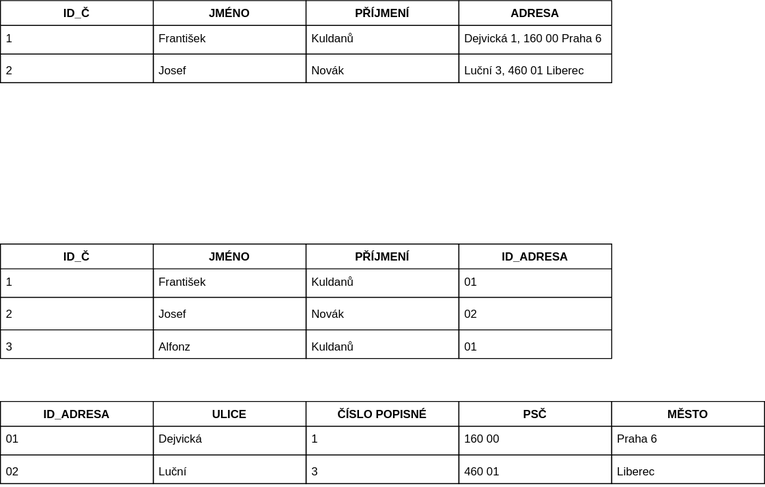
Earlier version of the draw.io export 06102022.drawio.svg (hongolem/Diagrams). Source tidied: cells renumbered, new cells last; positions are measured from the earlier drawing's top-left corner, leaving out a move shared by most shapes.
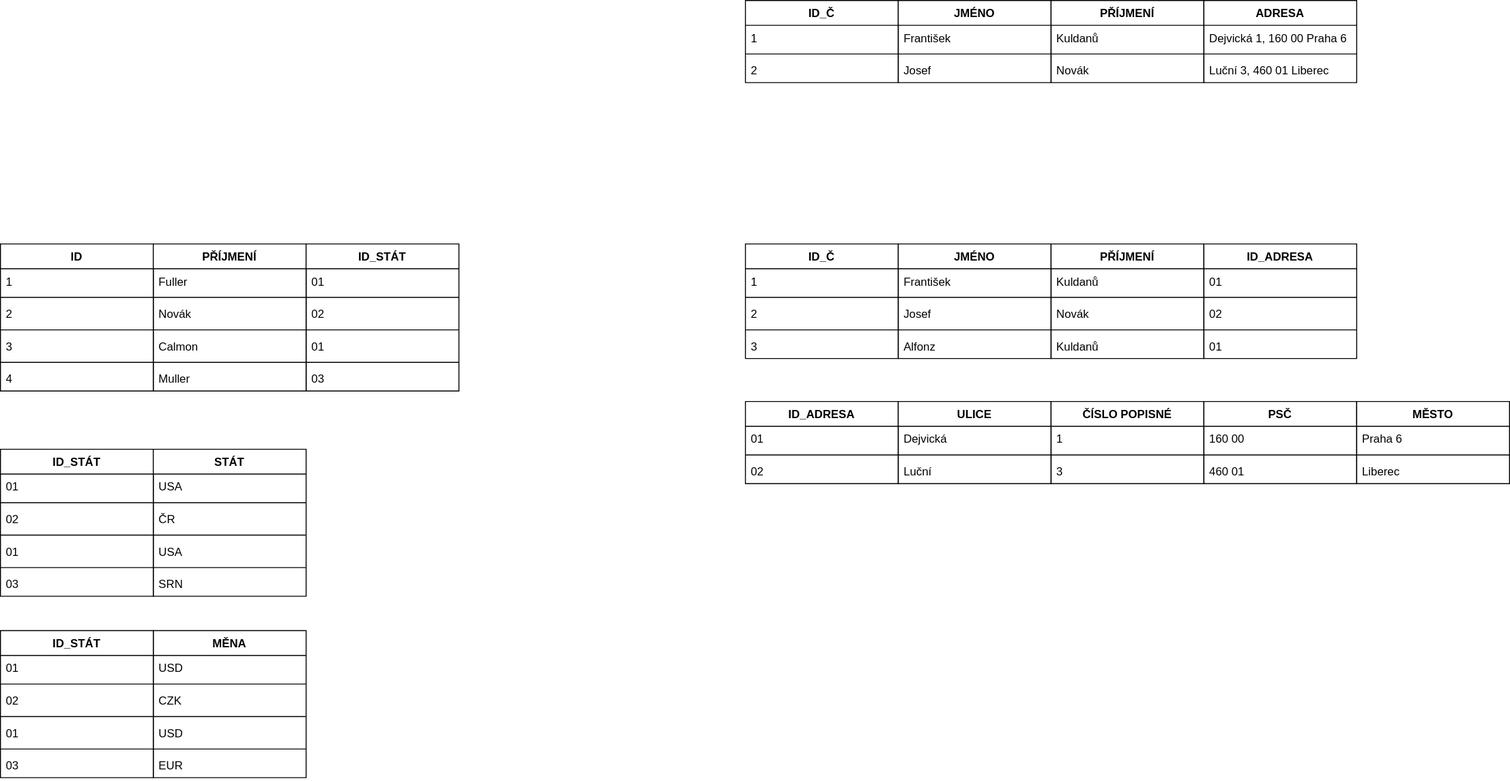
Later version of the same file.

Diff of the diagram source:
```diff
@@ -182,5 +182,173 @@
     <mxCell id="61" value="01" style="text;strokeColor=none;fillColor=none;align=left;verticalAlign=top;spacingLeft=4;spacingRight=4;overflow=hidden;" parent="56" vertex="1">
       <mxGeometry y="94" width="160" height="26" as="geometry" />
     </mxCell>
+    <mxCell id="62" value="ID" style="swimlane;fontStyle=1;align=center;verticalAlign=top;horizontal=1;startSize=26;" parent="1" vertex="1">
+      <mxGeometry x="-780" y="255" width="160" height="154" as="geometry" />
+    </mxCell>
+    <mxCell id="63" value="1" style="text;strokeColor=none;fillColor=none;align=left;verticalAlign=top;spacingLeft=4;spacingRight=4;overflow=hidden;" parent="62" vertex="1">
+      <mxGeometry y="26" width="160" height="26" as="geometry" />
+    </mxCell>
+    <mxCell id="64" style="line;strokeWidth=1;fillColor=none;align=left;verticalAlign=middle;spacingTop=-1;spacingLeft=3;spacingRight=3;labelPosition=right;strokeColor=inherit;" parent="62" vertex="1">
+      <mxGeometry y="52" width="160" height="8" as="geometry" />
+    </mxCell>
+    <mxCell id="65" value="2" style="text;strokeColor=none;fillColor=none;align=left;verticalAlign=top;spacingLeft=4;spacingRight=4;overflow=hidden;" parent="62" vertex="1">
+      <mxGeometry y="60" width="160" height="26" as="geometry" />
+    </mxCell>
+    <mxCell id="66" style="line;strokeWidth=1;fillColor=none;align=left;verticalAlign=middle;spacingTop=-1;spacingLeft=3;spacingRight=3;labelPosition=right;strokeColor=inherit;" parent="62" vertex="1">
+      <mxGeometry y="86" width="160" height="8" as="geometry" />
+    </mxCell>
+    <mxCell id="67" value="3" style="text;strokeColor=none;fillColor=none;align=left;verticalAlign=top;spacingLeft=4;spacingRight=4;overflow=hidden;" parent="62" vertex="1">
+      <mxGeometry y="94" width="160" height="26" as="geometry" />
+    </mxCell>
+    <mxCell id="68" style="line;strokeWidth=1;fillColor=none;align=left;verticalAlign=middle;spacingTop=-1;spacingLeft=3;spacingRight=3;labelPosition=right;strokeColor=inherit;" parent="62" vertex="1">
+      <mxGeometry y="120" width="160" height="8" as="geometry" />
+    </mxCell>
+    <mxCell id="69" value="4" style="text;strokeColor=none;fillColor=none;align=left;verticalAlign=top;spacingLeft=4;spacingRight=4;overflow=hidden;" parent="62" vertex="1">
+      <mxGeometry y="128" width="160" height="26" as="geometry" />
+    </mxCell>
+    <mxCell id="70" value="PŘÍJMENÍ" style="swimlane;fontStyle=1;align=center;verticalAlign=top;horizontal=1;startSize=26;" parent="1" vertex="1">
+      <mxGeometry x="-620" y="255" width="160" height="154" as="geometry" />
+    </mxCell>
+    <mxCell id="71" value="Fuller" style="text;strokeColor=none;fillColor=none;align=left;verticalAlign=top;spacingLeft=4;spacingRight=4;overflow=hidden;" parent="70" vertex="1">
+      <mxGeometry y="26" width="160" height="26" as="geometry" />
+    </mxCell>
+    <mxCell id="72" style="line;strokeWidth=1;fillColor=none;align=left;verticalAlign=middle;spacingTop=-1;spacingLeft=3;spacingRight=3;labelPosition=right;strokeColor=inherit;" parent="70" vertex="1">
+      <mxGeometry y="52" width="160" height="8" as="geometry" />
+    </mxCell>
+    <mxCell id="73" value="Novák" style="text;strokeColor=none;fillColor=none;align=left;verticalAlign=top;spacingLeft=4;spacingRight=4;overflow=hidden;" parent="70" vertex="1">
+      <mxGeometry y="60" width="160" height="26" as="geometry" />
+    </mxCell>
+    <mxCell id="74" style="line;strokeWidth=1;fillColor=none;align=left;verticalAlign=middle;spacingTop=-1;spacingLeft=3;spacingRight=3;labelPosition=right;strokeColor=inherit;" parent="70" vertex="1">
+      <mxGeometry y="86" width="160" height="8" as="geometry" />
+    </mxCell>
+    <mxCell id="75" value="Calmon" style="text;strokeColor=none;fillColor=none;align=left;verticalAlign=top;spacingLeft=4;spacingRight=4;overflow=hidden;" parent="70" vertex="1">
+      <mxGeometry y="94" width="160" height="26" as="geometry" />
+    </mxCell>
+    <mxCell id="76" style="line;strokeWidth=1;fillColor=none;align=left;verticalAlign=middle;spacingTop=-1;spacingLeft=3;spacingRight=3;labelPosition=right;strokeColor=inherit;" parent="70" vertex="1">
+      <mxGeometry y="120" width="160" height="8" as="geometry" />
+    </mxCell>
+    <mxCell id="77" value="Muller" style="text;strokeColor=none;fillColor=none;align=left;verticalAlign=top;spacingLeft=4;spacingRight=4;overflow=hidden;" parent="70" vertex="1">
+      <mxGeometry y="128" width="160" height="26" as="geometry" />
+    </mxCell>
+    <mxCell id="78" value="ID_STÁT" style="swimlane;fontStyle=1;align=center;verticalAlign=top;horizontal=1;startSize=26;" parent="1" vertex="1">
+      <mxGeometry x="-460" y="255" width="160" height="154" as="geometry" />
+    </mxCell>
+    <mxCell id="79" value="01" style="text;strokeColor=none;fillColor=none;align=left;verticalAlign=top;spacingLeft=4;spacingRight=4;overflow=hidden;" parent="78" vertex="1">
+      <mxGeometry y="26" width="160" height="26" as="geometry" />
+    </mxCell>
+    <mxCell id="80" style="line;strokeWidth=1;fillColor=none;align=left;verticalAlign=middle;spacingTop=-1;spacingLeft=3;spacingRight=3;labelPosition=right;strokeColor=inherit;" parent="78" vertex="1">
+      <mxGeometry y="52" width="160" height="8" as="geometry" />
+    </mxCell>
+    <mxCell id="81" value="02" style="text;strokeColor=none;fillColor=none;align=left;verticalAlign=top;spacingLeft=4;spacingRight=4;overflow=hidden;" parent="78" vertex="1">
+      <mxGeometry y="60" width="160" height="26" as="geometry" />
+    </mxCell>
+    <mxCell id="82" style="line;strokeWidth=1;fillColor=none;align=left;verticalAlign=middle;spacingTop=-1;spacingLeft=3;spacingRight=3;labelPosition=right;strokeColor=inherit;" parent="78" vertex="1">
+      <mxGeometry y="86" width="160" height="8" as="geometry" />
+    </mxCell>
+    <mxCell id="83" value="01" style="text;strokeColor=none;fillColor=none;align=left;verticalAlign=top;spacingLeft=4;spacingRight=4;overflow=hidden;" parent="78" vertex="1">
+      <mxGeometry y="94" width="160" height="26" as="geometry" />
+    </mxCell>
+    <mxCell id="84" style="line;strokeWidth=1;fillColor=none;align=left;verticalAlign=middle;spacingTop=-1;spacingLeft=3;spacingRight=3;labelPosition=right;strokeColor=inherit;" parent="78" vertex="1">
+      <mxGeometry y="120" width="160" height="8" as="geometry" />
+    </mxCell>
+    <mxCell id="85" value="03" style="text;strokeColor=none;fillColor=none;align=left;verticalAlign=top;spacingLeft=4;spacingRight=4;overflow=hidden;" parent="78" vertex="1">
+      <mxGeometry y="128" width="160" height="26" as="geometry" />
+    </mxCell>
+    <mxCell id="86" value="ID_STÁT" style="swimlane;fontStyle=1;align=center;verticalAlign=top;horizontal=1;startSize=26;" parent="1" vertex="1">
+      <mxGeometry x="-780" y="470" width="160" height="154" as="geometry" />
+    </mxCell>
+    <mxCell id="87" value="01" style="text;strokeColor=none;fillColor=none;align=left;verticalAlign=top;spacingLeft=4;spacingRight=4;overflow=hidden;" parent="86" vertex="1">
+      <mxGeometry y="26" width="160" height="26" as="geometry" />
+    </mxCell>
+    <mxCell id="88" style="line;strokeWidth=1;fillColor=none;align=left;verticalAlign=middle;spacingTop=-1;spacingLeft=3;spacingRight=3;labelPosition=right;strokeColor=inherit;" parent="86" vertex="1">
+      <mxGeometry y="52" width="160" height="8" as="geometry" />
+    </mxCell>
+    <mxCell id="89" value="02" style="text;strokeColor=none;fillColor=none;align=left;verticalAlign=top;spacingLeft=4;spacingRight=4;overflow=hidden;" parent="86" vertex="1">
+      <mxGeometry y="60" width="160" height="26" as="geometry" />
+    </mxCell>
+    <mxCell id="90" style="line;strokeWidth=1;fillColor=none;align=left;verticalAlign=middle;spacingTop=-1;spacingLeft=3;spacingRight=3;labelPosition=right;strokeColor=inherit;" parent="86" vertex="1">
+      <mxGeometry y="86" width="160" height="8" as="geometry" />
+    </mxCell>
+    <mxCell id="91" value="01" style="text;strokeColor=none;fillColor=none;align=left;verticalAlign=top;spacingLeft=4;spacingRight=4;overflow=hidden;" parent="86" vertex="1">
+      <mxGeometry y="94" width="160" height="26" as="geometry" />
+    </mxCell>
+    <mxCell id="92" style="line;strokeWidth=1;fillColor=none;align=left;verticalAlign=middle;spacingTop=-1;spacingLeft=3;spacingRight=3;labelPosition=right;strokeColor=inherit;" parent="86" vertex="1">
+      <mxGeometry y="120" width="160" height="8" as="geometry" />
+    </mxCell>
+    <mxCell id="93" value="03" style="text;strokeColor=none;fillColor=none;align=left;verticalAlign=top;spacingLeft=4;spacingRight=4;overflow=hidden;" parent="86" vertex="1">
+      <mxGeometry y="128" width="160" height="26" as="geometry" />
+    </mxCell>
+    <mxCell id="94" value="MĚNA" style="swimlane;fontStyle=1;align=center;verticalAlign=top;horizontal=1;startSize=26;" parent="1" vertex="1">
+      <mxGeometry x="-620" y="660" width="160" height="154" as="geometry" />
+    </mxCell>
+    <mxCell id="95" value="USD" style="text;strokeColor=none;fillColor=none;align=left;verticalAlign=top;spacingLeft=4;spacingRight=4;overflow=hidden;" parent="94" vertex="1">
+      <mxGeometry y="26" width="160" height="26" as="geometry" />
+    </mxCell>
+    <mxCell id="96" style="line;strokeWidth=1;fillColor=none;align=left;verticalAlign=middle;spacingTop=-1;spacingLeft=3;spacingRight=3;labelPosition=right;strokeColor=inherit;" parent="94" vertex="1">
+      <mxGeometry y="52" width="160" height="8" as="geometry" />
+    </mxCell>
+    <mxCell id="97" value="CZK" style="text;strokeColor=none;fillColor=none;align=left;verticalAlign=top;spacingLeft=4;spacingRight=4;overflow=hidden;" parent="94" vertex="1">
+      <mxGeometry y="60" width="160" height="26" as="geometry" />
+    </mxCell>
+    <mxCell id="98" style="line;strokeWidth=1;fillColor=none;align=left;verticalAlign=middle;spacingTop=-1;spacingLeft=3;spacingRight=3;labelPosition=right;strokeColor=inherit;" parent="94" vertex="1">
+      <mxGeometry y="86" width="160" height="8" as="geometry" />
+    </mxCell>
+    <mxCell id="99" value="USD" style="text;strokeColor=none;fillColor=none;align=left;verticalAlign=top;spacingLeft=4;spacingRight=4;overflow=hidden;" parent="94" vertex="1">
+      <mxGeometry y="94" width="160" height="26" as="geometry" />
+    </mxCell>
+    <mxCell id="100" style="line;strokeWidth=1;fillColor=none;align=left;verticalAlign=middle;spacingTop=-1;spacingLeft=3;spacingRight=3;labelPosition=right;strokeColor=inherit;" parent="94" vertex="1">
+      <mxGeometry y="120" width="160" height="8" as="geometry" />
+    </mxCell>
+    <mxCell id="101" value="EUR" style="text;strokeColor=none;fillColor=none;align=left;verticalAlign=top;spacingLeft=4;spacingRight=4;overflow=hidden;" parent="94" vertex="1">
+      <mxGeometry y="128" width="160" height="26" as="geometry" />
+    </mxCell>
+    <mxCell id="102" value="STÁT" style="swimlane;fontStyle=1;align=center;verticalAlign=top;horizontal=1;startSize=26;" parent="1" vertex="1">
+      <mxGeometry x="-620" y="470" width="160" height="154" as="geometry" />
+    </mxCell>
+    <mxCell id="103" value="USA" style="text;strokeColor=none;fillColor=none;align=left;verticalAlign=top;spacingLeft=4;spacingRight=4;overflow=hidden;" parent="102" vertex="1">
+      <mxGeometry y="26" width="160" height="26" as="geometry" />
+    </mxCell>
+    <mxCell id="104" style="line;strokeWidth=1;fillColor=none;align=left;verticalAlign=middle;spacingTop=-1;spacingLeft=3;spacingRight=3;labelPosition=right;strokeColor=inherit;" parent="102" vertex="1">
+      <mxGeometry y="52" width="160" height="8" as="geometry" />
+    </mxCell>
+    <mxCell id="105" value="ČR" style="text;strokeColor=none;fillColor=none;align=left;verticalAlign=top;spacingLeft=4;spacingRight=4;overflow=hidden;" parent="102" vertex="1">
+      <mxGeometry y="60" width="160" height="26" as="geometry" />
+    </mxCell>
+    <mxCell id="106" style="line;strokeWidth=1;fillColor=none;align=left;verticalAlign=middle;spacingTop=-1;spacingLeft=3;spacingRight=3;labelPosition=right;strokeColor=inherit;" parent="102" vertex="1">
+      <mxGeometry y="86" width="160" height="8" as="geometry" />
+    </mxCell>
+    <mxCell id="107" value="USA" style="text;strokeColor=none;fillColor=none;align=left;verticalAlign=top;spacingLeft=4;spacingRight=4;overflow=hidden;" parent="102" vertex="1">
+      <mxGeometry y="94" width="160" height="26" as="geometry" />
+    </mxCell>
+    <mxCell id="108" style="line;strokeWidth=1;fillColor=none;align=left;verticalAlign=middle;spacingTop=-1;spacingLeft=3;spacingRight=3;labelPosition=right;strokeColor=inherit;" parent="102" vertex="1">
+      <mxGeometry y="120" width="160" height="8" as="geometry" />
+    </mxCell>
+    <mxCell id="109" value="SRN" style="text;strokeColor=none;fillColor=none;align=left;verticalAlign=top;spacingLeft=4;spacingRight=4;overflow=hidden;" parent="102" vertex="1">
+      <mxGeometry y="128" width="160" height="26" as="geometry" />
+    </mxCell>
+    <mxCell id="110" value="ID_STÁT" style="swimlane;fontStyle=1;align=center;verticalAlign=top;horizontal=1;startSize=26;" parent="1" vertex="1">
+      <mxGeometry x="-780" y="660" width="160" height="154" as="geometry" />
+    </mxCell>
+    <mxCell id="111" value="01" style="text;strokeColor=none;fillColor=none;align=left;verticalAlign=top;spacingLeft=4;spacingRight=4;overflow=hidden;" parent="110" vertex="1">
+      <mxGeometry y="26" width="160" height="26" as="geometry" />
+    </mxCell>
+    <mxCell id="112" style="line;strokeWidth=1;fillColor=none;align=left;verticalAlign=middle;spacingTop=-1;spacingLeft=3;spacingRight=3;labelPosition=right;strokeColor=inherit;" parent="110" vertex="1">
+      <mxGeometry y="52" width="160" height="8" as="geometry" />
+    </mxCell>
+    <mxCell id="113" value="02" style="text;strokeColor=none;fillColor=none;align=left;verticalAlign=top;spacingLeft=4;spacingRight=4;overflow=hidden;" parent="110" vertex="1">
+      <mxGeometry y="60" width="160" height="26" as="geometry" />
+    </mxCell>
+    <mxCell id="114" style="line;strokeWidth=1;fillColor=none;align=left;verticalAlign=middle;spacingTop=-1;spacingLeft=3;spacingRight=3;labelPosition=right;strokeColor=inherit;" parent="110" vertex="1">
+      <mxGeometry y="86" width="160" height="8" as="geometry" />
+    </mxCell>
+    <mxCell id="115" value="01" style="text;strokeColor=none;fillColor=none;align=left;verticalAlign=top;spacingLeft=4;spacingRight=4;overflow=hidden;" parent="110" vertex="1">
+      <mxGeometry y="94" width="160" height="26" as="geometry" />
+    </mxCell>
+    <mxCell id="116" style="line;strokeWidth=1;fillColor=none;align=left;verticalAlign=middle;spacingTop=-1;spacingLeft=3;spacingRight=3;labelPosition=right;strokeColor=inherit;" parent="110" vertex="1">
+      <mxGeometry y="120" width="160" height="8" as="geometry" />
+    </mxCell>
+    <mxCell id="117" value="03" style="text;strokeColor=none;fillColor=none;align=left;verticalAlign=top;spacingLeft=4;spacingRight=4;overflow=hidden;" parent="110" vertex="1">
+      <mxGeometry y="128" width="160" height="26" as="geometry" />
+    </mxCell>
   </root>
 </mxGraphModel>
```
